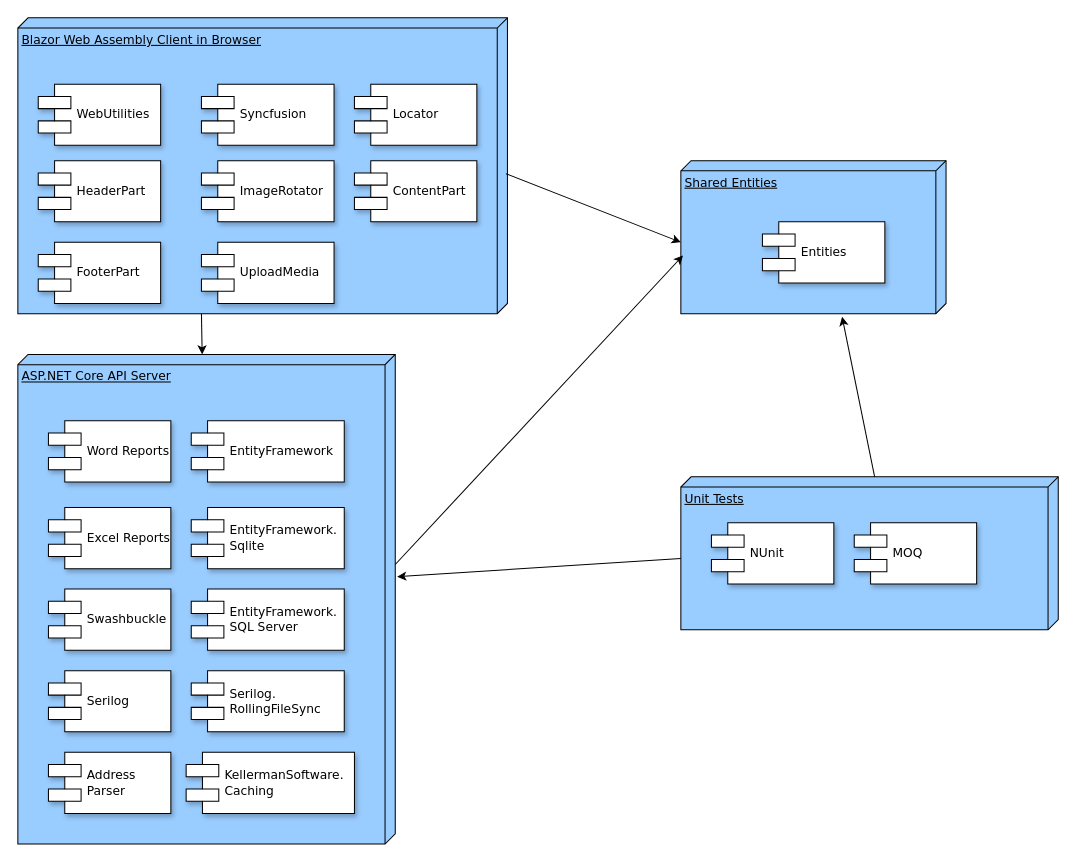
Above: Documentation/Design/Application Architecture Diagram.drawio in GregFinzer/BedBrigadeNational (draw.io), before the change. Source tidied: cells renumbered, new cells numbered last; positions are measured from the earlier drawing's top-left corner, leaving out a move shared by most shapes. Both pictures are drawn from the tidied source at 102%, with x=0, y=0 at pixel (17, 17).
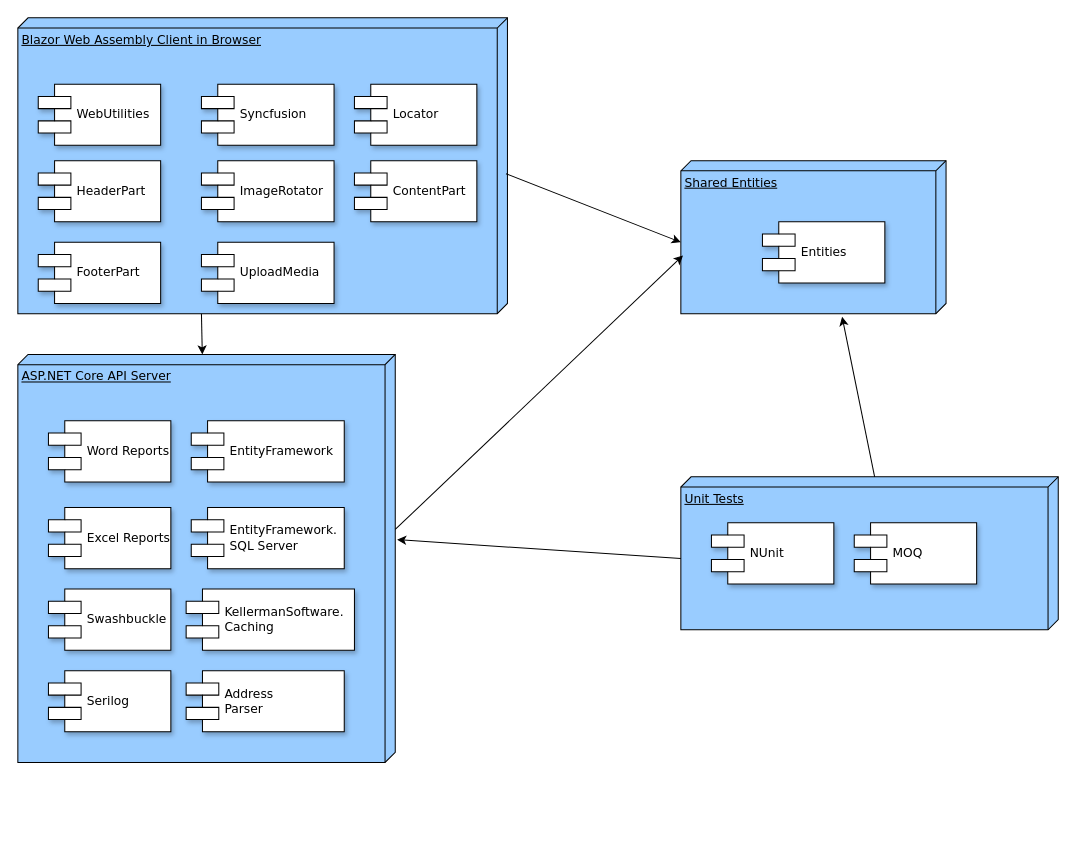
The same diagram, later.

Change to the diagram source:
```diff
@@
     <mxCell id="3" value="ASP.NET Core API Server" style="verticalAlign=top;align=left;spacingTop=8;spacingLeft=2;spacingRight=12;shape=cube;size=10;direction=south;fontStyle=4;html=1;rounded=0;shadow=0;comic=0;labelBackgroundColor=none;strokeWidth=1;fontFamily=Verdana;fontSize=12;fillColor=#99CCFF;" parent="1" vertex="1">
-      <mxGeometry y="330" width="370" height="480" as="geometry" />
+      <mxGeometry y="330" width="370" height="400" as="geometry" />
     </mxCell>
@@
-    <mxCell id="10" value="EntityFramework.&lt;br&gt;Sqlite" style="shape=component;align=left;spacingLeft=36;rounded=0;shadow=1;comic=0;labelBackgroundColor=none;strokeWidth=1;fontFamily=Verdana;fontSize=12;html=1;" parent="1" vertex="1">
-      <mxGeometry x="170" y="480" width="150" height="60" as="geometry" />
-    </mxCell>
     <mxCell id="11" value="EntityFramework.&lt;br&gt;SQL Server" style="shape=component;align=left;spacingLeft=36;rounded=0;shadow=1;comic=0;labelBackgroundColor=none;strokeWidth=1;fontFamily=Verdana;fontSize=12;html=1;" parent="1" vertex="1">
-      <mxGeometry x="170" y="560" width="150" height="60" as="geometry" />
+      <mxGeometry x="170" y="480" width="150" height="60" as="geometry" />
     </mxCell>
@@
-    <mxCell id="14" value="Serilog.&lt;br&gt;RollingFileSync" style="shape=component;align=left;spacingLeft=36;rounded=0;shadow=1;comic=0;labelBackgroundColor=none;strokeWidth=1;fontFamily=Verdana;fontSize=12;html=1;" parent="1" vertex="1">
-      <mxGeometry x="170" y="640" width="150" height="60" as="geometry" />
-    </mxCell>
@@
     <mxCell id="16" value="KellermanSoftware.&lt;br&gt;Caching" style="shape=component;align=left;spacingLeft=36;rounded=0;shadow=1;comic=0;labelBackgroundColor=none;strokeWidth=1;fontFamily=Verdana;fontSize=12;html=1;" parent="1" vertex="1">
-      <mxGeometry x="165" y="720" width="165" height="60" as="geometry" />
+      <mxGeometry x="165" y="560" width="165" height="60" as="geometry" />
     </mxCell>
@@
     <mxCell id="30" value="Address&lt;br&gt;Parser" style="shape=component;align=left;spacingLeft=36;rounded=0;shadow=1;comic=0;labelBackgroundColor=none;strokeWidth=1;fontFamily=Verdana;fontSize=12;html=1;" parent="1" vertex="1">
-      <mxGeometry x="30" y="720" width="120" height="60" as="geometry" />
+      <mxGeometry x="165" y="640" width="155" height="60" as="geometry" />
     </mxCell>
```
